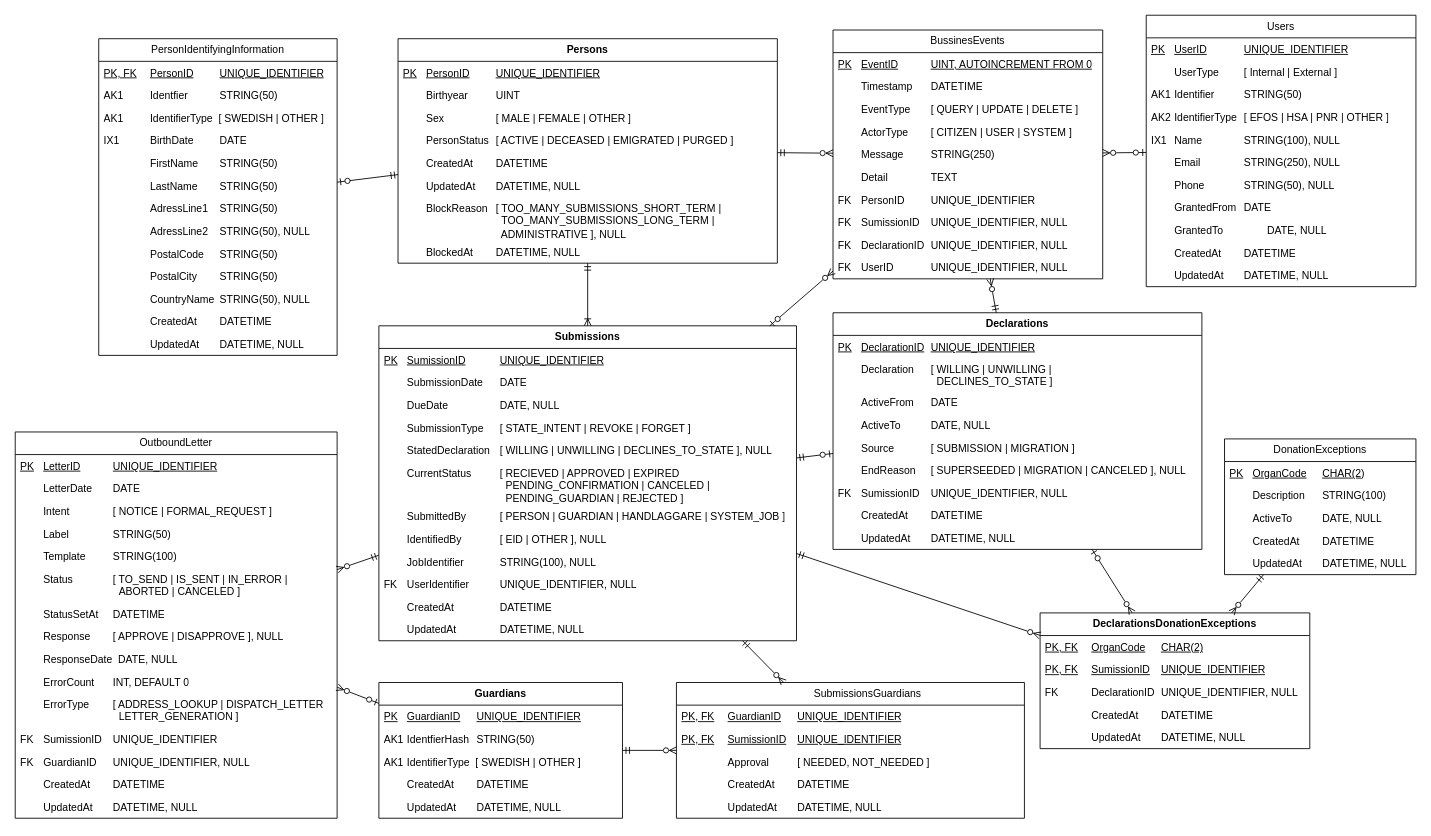
Above: page "Liggande Logisk modell" (9 of 9) of Donationsregister.drawio in bhagqvist-consid/ICD11 (draw.io), before the change. Source tidied: cells renumbered, new cells numbered last; positions are measured from the earlier drawing's top-left corner, leaving out a move shared by most shapes. Both pictures are drawn from the tidied source at 87%, with x=0, y=0 at pixel (15, 15).
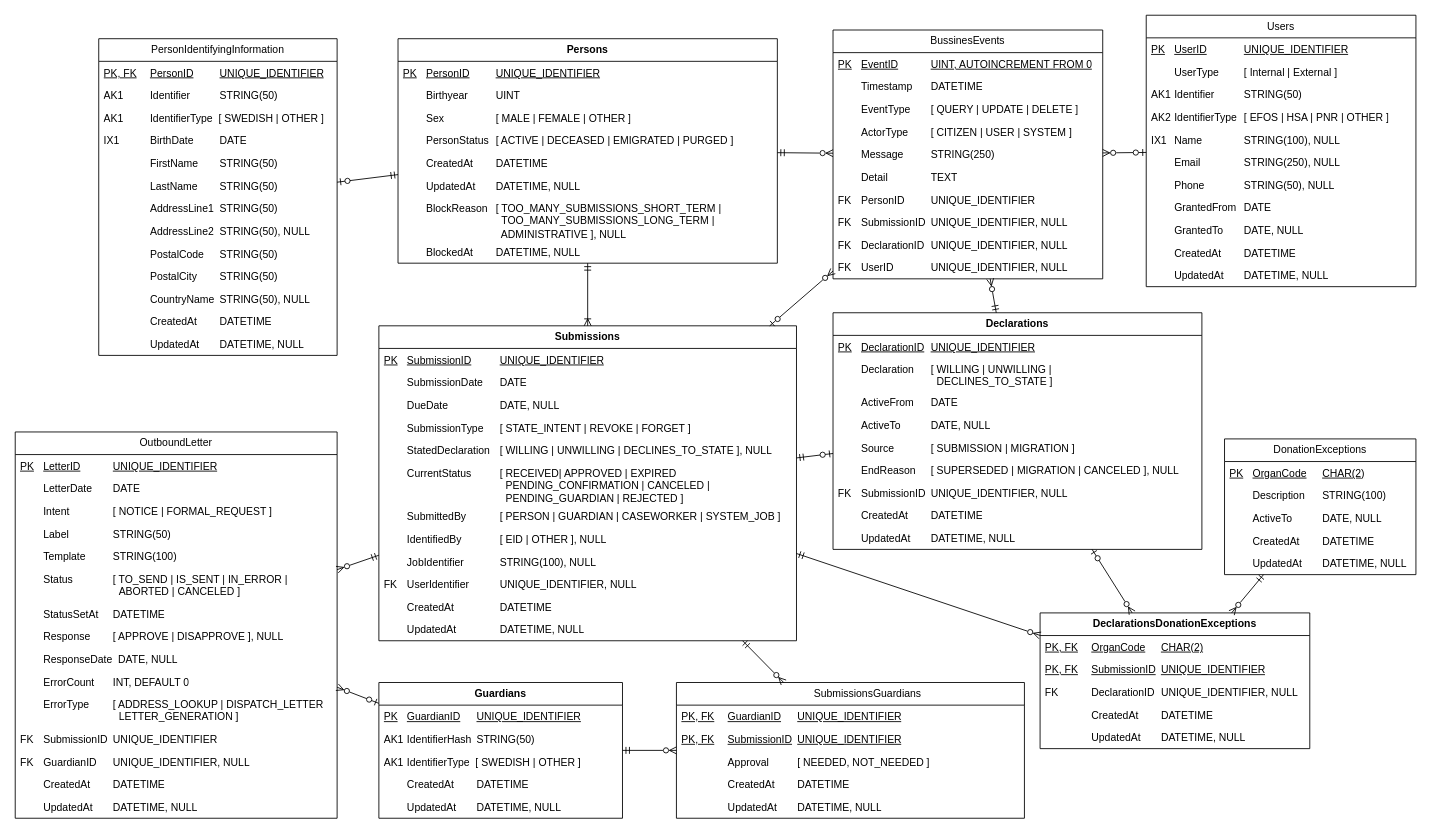
Above is the later version.

The change refers to these unchanged cells:
```xml
<mxCell id="11" value="Submissions" style="swimlane;fontStyle=1;horizontal=1;startSize=26;fillColor=none;whiteSpace=wrap;html=1;" parent="1" vertex="1">
  <mxGeometry x="418" y="357" width="480" height="362" as="geometry" />
</mxCell>
<mxCell id="24" value="Declarations" style="swimlane;fontStyle=1;horizontal=1;startSize=26;fillColor=none;whiteSpace=wrap;html=1;" parent="1" vertex="1">
  <mxGeometry x="940" y="342" width="424" height="272" as="geometry" />
</mxCell>
<mxCell id="34" value="PersonIdentifyingInformation" style="swimlane;fontStyle=0;horizontal=1;startSize=26;fillColor=none;whiteSpace=wrap;html=1;" parent="1" vertex="1">
  <mxGeometry x="96" y="27" width="274" height="364" as="geometry" />
</mxCell>
<mxCell id="48" value="OutboundLetter" style="swimlane;fontStyle=0;horizontal=1;startSize=26;fillColor=none;whiteSpace=wrap;html=1;" parent="1" vertex="1">
  <mxGeometry y="479" width="370" height="444" as="geometry" />
</mxCell>
<mxCell id="64" value="Guardians" style="swimlane;fontStyle=1;horizontal=1;startSize=26;fillColor=none;whiteSpace=wrap;html=1;" parent="1" vertex="1">
  <mxGeometry x="418" y="767" width="280" height="156" as="geometry" />
</mxCell>
<mxCell id="70" value="BussinesEvents" style="swimlane;fontStyle=0;horizontal=1;startSize=26;fillColor=none;whiteSpace=wrap;html=1;" parent="1" vertex="1">
  <mxGeometry x="940" y="17" width="310" height="286" as="geometry" />
</mxCell>
<mxCell id="81" value="Users" style="swimlane;fontStyle=0;horizontal=1;startSize=26;fillColor=none;whiteSpace=wrap;html=1;" parent="1" vertex="1">
  <mxGeometry x="1300" width="310" height="312" as="geometry" />
</mxCell>
<mxCell id="99" value="DeclarationsDonationExceptions" style="swimlane;fontStyle=1;horizontal=1;startSize=26;fillColor=none;whiteSpace=wrap;html=1;" parent="1" vertex="1">
  <mxGeometry x="1178" y="687" width="310" height="156" as="geometry" />
</mxCell>
<mxCell id="105" value="&lt;blockquote style=&quot;margin: 0 0 0 40px; border: none; padding: 0px;&quot;&gt;SubmissionsGuardians&lt;/blockquote&gt;" style="swimlane;fontStyle=0;horizontal=1;startSize=26;fillColor=none;whiteSpace=wrap;html=1;" parent="1" vertex="1">
  <mxGeometry x="760" y="767" width="400" height="156" as="geometry" />
</mxCell>
```

Change to the diagram source:
```diff
@@
-    <mxCell id="12" value="PK&lt;span style=&quot;white-space: pre;&quot;&gt;&#9;&lt;/span&gt;SumissionID&lt;span style=&quot;white-space: pre;&quot;&gt;&#9;&lt;/span&gt;&lt;span style=&quot;white-space: pre;&quot;&gt;&#9;&lt;/span&gt;UNIQUE_IDENTIFIER" style="text;strokeColor=none;fillColor=none;align=left;verticalAlign=top;spacingLeft=4;spacingRight=4;overflow=hidden;whiteSpace=wrap;html=1;fontStyle=4;" parent="11" vertex="1">
+    <mxCell id="12" value="PK&lt;span style=&quot;white-space: pre;&quot;&gt;&#9;&lt;/span&gt;SubmissionID&lt;span style=&quot;white-space: pre;&quot;&gt;&#9;&lt;/span&gt;&lt;span style=&quot;white-space: pre;&quot;&gt;&#9;&lt;/span&gt;UNIQUE_IDENTIFIER" style="text;strokeColor=none;fillColor=none;align=left;verticalAlign=top;spacingLeft=4;spacingRight=4;overflow=hidden;whiteSpace=wrap;html=1;fontStyle=4;" parent="11" vertex="1">
       <mxGeometry y="26" width="480" height="26" as="geometry" />
     </mxCell>
@@
-    <mxCell id="17" value="&lt;span style=&quot;white-space: pre;&quot;&gt;&#9;&lt;/span&gt;CurrentStatus&lt;span style=&quot;white-space: pre;&quot;&gt;&#9;&lt;span style=&quot;white-space: pre;&quot;&gt;&#9;&lt;/span&gt;&lt;/span&gt;[ RECIEVED | APPROVED | EXPIRED&lt;br&gt;&lt;span style=&quot;white-space: pre;&quot;&gt;&lt;span style=&quot;white-space: pre;&quot;&gt;&#9;&lt;/span&gt;&#9;&lt;/span&gt;&lt;span style=&quot;white-space: pre;&quot;&gt;&#9;&lt;/span&gt;&lt;span style=&quot;white-space: pre;&quot;&gt;&#9;&lt;/span&gt;&lt;span style=&quot;white-space: pre;&quot;&gt;&#9;&lt;/span&gt;&amp;nbsp;&amp;nbsp;PENDING_CONFIRMATION | CANCELED |&lt;br&gt;&lt;span style=&quot;white-space: pre;&quot;&gt;&lt;span style=&quot;white-space: pre;&quot;&gt;&#9;&lt;/span&gt;&#9;&lt;/span&gt;&lt;span style=&quot;white-space: pre;&quot;&gt;&#9;&lt;/span&gt;&lt;span style=&quot;white-space: pre;&quot;&gt;&#9;&lt;/span&gt;&lt;span style=&quot;white-space: pre;&quot;&gt;&#9;&lt;/span&gt;&amp;nbsp; PENDING_GUARDIAN | REJECTED ]" style="text;strokeColor=none;fillColor=none;align=left;verticalAlign=top;spacingLeft=4;spacingRight=4;overflow=hidden;whiteSpace=wrap;html=1;" parent="11" vertex="1">
+    <mxCell id="17" value="&lt;span style=&quot;white-space: pre;&quot;&gt;&#9;&lt;/span&gt;CurrentStatus&lt;span style=&quot;white-space: pre;&quot;&gt;&#9;&lt;span style=&quot;white-space: pre;&quot;&gt;&#9;&lt;/span&gt;&lt;/span&gt;[ RECEIVED| APPROVED | EXPIRED&lt;br&gt;&lt;span style=&quot;white-space: pre;&quot;&gt;&lt;span style=&quot;white-space: pre;&quot;&gt;&#9;&lt;/span&gt;&#9;&lt;/span&gt;&lt;span style=&quot;white-space: pre;&quot;&gt;&#9;&lt;/span&gt;&lt;span style=&quot;white-space: pre;&quot;&gt;&#9;&lt;/span&gt;&lt;span style=&quot;white-space: pre;&quot;&gt;&#9;&lt;/span&gt;&amp;nbsp;&amp;nbsp;PENDING_CONFIRMATION | CANCELED |&lt;br&gt;&lt;span style=&quot;white-space: pre;&quot;&gt;&lt;span style=&quot;white-space: pre;&quot;&gt;&#9;&lt;/span&gt;&#9;&lt;/span&gt;&lt;span style=&quot;white-space: pre;&quot;&gt;&#9;&lt;/span&gt;&lt;span style=&quot;white-space: pre;&quot;&gt;&#9;&lt;/span&gt;&lt;span style=&quot;white-space: pre;&quot;&gt;&#9;&lt;/span&gt;&amp;nbsp; PENDING_GUARDIAN | REJECTED ]" style="text;strokeColor=none;fillColor=none;align=left;verticalAlign=top;spacingLeft=4;spacingRight=4;overflow=hidden;whiteSpace=wrap;html=1;" parent="11" vertex="1">
       <mxGeometry y="156" width="480" height="50" as="geometry" />
     </mxCell>
-    <mxCell id="18" value="&lt;span style=&quot;white-space: pre;&quot;&gt;&#9;&lt;/span&gt;SubmittedBy&lt;span style=&quot;white-space: pre;&quot;&gt;&#9;&lt;/span&gt;&lt;span style=&quot;white-space: pre;&quot;&gt;&#9;&lt;/span&gt;[ PERSON | GUARDIAN | HANDLAGGARE | SYSTEM_JOB ]" style="text;strokeColor=none;fillColor=none;align=left;verticalAlign=top;spacingLeft=4;spacingRight=4;overflow=hidden;whiteSpace=wrap;html=1;" parent="11" vertex="1">
+    <mxCell id="18" value="&lt;span style=&quot;white-space: pre;&quot;&gt;&#9;&lt;/span&gt;SubmittedBy&lt;span style=&quot;white-space: pre;&quot;&gt;&#9;&lt;/span&gt;&lt;span style=&quot;white-space: pre;&quot;&gt;&#9;&lt;/span&gt;[ PERSON | GUARDIAN | CASEWORKER | SYSTEM_JOB ]" style="text;strokeColor=none;fillColor=none;align=left;verticalAlign=top;spacingLeft=4;spacingRight=4;overflow=hidden;whiteSpace=wrap;html=1;" parent="11" vertex="1">
       <mxGeometry y="206" width="480" height="26" as="geometry" />
     </mxCell>
@@
-    <mxCell id="30" value="&lt;span style=&quot;white-space: pre;&quot;&gt;&#9;&lt;/span&gt;EndReason&lt;span style=&quot;white-space: pre;&quot;&gt;&#9;&lt;/span&gt;[ SUPERSEEDED | MIGRATION | CANCELED ], NULL" style="text;strokeColor=none;fillColor=none;align=left;verticalAlign=top;spacingLeft=4;spacingRight=4;overflow=hidden;whiteSpace=wrap;html=1;" parent="24" vertex="1">
+    <mxCell id="30" value="&lt;span style=&quot;white-space: pre;&quot;&gt;&#9;&lt;/span&gt;EndReason&lt;span style=&quot;white-space: pre;&quot;&gt;&#9;&lt;/span&gt;[ SUPERSEDED | MIGRATION | CANCELED ], NULL" style="text;strokeColor=none;fillColor=none;align=left;verticalAlign=top;spacingLeft=4;spacingRight=4;overflow=hidden;whiteSpace=wrap;html=1;" parent="24" vertex="1">
       <mxGeometry y="168" width="424" height="26" as="geometry" />
     </mxCell>
-    <mxCell id="31" value="FK&lt;span style=&quot;white-space: pre;&quot;&gt;&#9;&lt;/span&gt;SumissionID&lt;span style=&quot;white-space: pre;&quot;&gt;&#9;&lt;/span&gt;UNIQUE_IDENTIFIER, NULL" style="text;strokeColor=none;fillColor=none;align=left;verticalAlign=top;spacingLeft=4;spacingRight=4;overflow=hidden;whiteSpace=wrap;html=1;fontStyle=0;" parent="24" vertex="1">
+    <mxCell id="31" value="FK&lt;span style=&quot;white-space: pre;&quot;&gt;&#9;&lt;/span&gt;SubmissionID&lt;span style=&quot;white-space: pre;&quot;&gt;&#9;&lt;/span&gt;UNIQUE_IDENTIFIER, NULL" style="text;strokeColor=none;fillColor=none;align=left;verticalAlign=top;spacingLeft=4;spacingRight=4;overflow=hidden;whiteSpace=wrap;html=1;fontStyle=0;" parent="24" vertex="1">
       <mxGeometry y="194" width="424" height="26" as="geometry" />
     </mxCell>
@@
-    <mxCell id="36" value="AK1&lt;span style=&quot;white-space: pre;&quot;&gt;&#9;&lt;span style=&quot;white-space: pre;&quot;&gt;&#9;&lt;/span&gt;&lt;/span&gt;Identfier&lt;span style=&quot;white-space: pre;&quot;&gt;&#9;&lt;/span&gt;&lt;span style=&quot;white-space: pre;&quot;&gt;&#9;&lt;/span&gt;STRING(50)" style="text;strokeColor=none;fillColor=none;align=left;verticalAlign=top;spacingLeft=4;spacingRight=4;overflow=hidden;whiteSpace=wrap;html=1;" parent="34" vertex="1">
+    <mxCell id="36" value="AK1&lt;span style=&quot;white-space: pre;&quot;&gt;&#9;&lt;span style=&quot;white-space: pre;&quot;&gt;&#9;&lt;/span&gt;&lt;/span&gt;Identifier&lt;span style=&quot;white-space: pre;&quot;&gt;&#9;&lt;/span&gt;&lt;span style=&quot;white-space: pre;&quot;&gt;&#9;&lt;/span&gt;STRING(50)" style="text;strokeColor=none;fillColor=none;align=left;verticalAlign=top;spacingLeft=4;spacingRight=4;overflow=hidden;whiteSpace=wrap;html=1;" parent="34" vertex="1">
       <mxGeometry y="52" width="274" height="26" as="geometry" />
     </mxCell>
@@
-    <mxCell id="41" value="&lt;span style=&quot;white-space: pre;&quot;&gt;&lt;span style=&quot;white-space: pre;&quot;&gt;&#9;&lt;/span&gt;&#9;&lt;/span&gt;AdressLine1&lt;span style=&quot;white-space: pre;&quot;&gt;&#9;&lt;/span&gt;STRING(50)" style="text;strokeColor=none;fillColor=none;align=left;verticalAlign=top;spacingLeft=4;spacingRight=4;overflow=hidden;whiteSpace=wrap;html=1;" parent="34" vertex="1">
+    <mxCell id="41" value="&lt;span style=&quot;white-space: pre;&quot;&gt;&lt;span style=&quot;white-space: pre;&quot;&gt;&#9;&lt;/span&gt;&#9;&lt;/span&gt;AddressLine1&lt;span style=&quot;white-space: pre;&quot;&gt;&#9;&lt;/span&gt;STRING(50)" style="text;strokeColor=none;fillColor=none;align=left;verticalAlign=top;spacingLeft=4;spacingRight=4;overflow=hidden;whiteSpace=wrap;html=1;" parent="34" vertex="1">
       <mxGeometry y="182" width="274" height="26" as="geometry" />
     </mxCell>
-    <mxCell id="42" value="&lt;span style=&quot;white-space: pre;&quot;&gt;&lt;span style=&quot;white-space: pre;&quot;&gt;&#9;&lt;/span&gt;&#9;&lt;/span&gt;AdressLine2&lt;span style=&quot;white-space: pre;&quot;&gt;&#9;&lt;/span&gt;STRING(50), NULL" style="text;strokeColor=none;fillColor=none;align=left;verticalAlign=top;spacingLeft=4;spacingRight=4;overflow=hidden;whiteSpace=wrap;html=1;" parent="34" vertex="1">
+    <mxCell id="42" value="&lt;span style=&quot;white-space: pre;&quot;&gt;&lt;span style=&quot;white-space: pre;&quot;&gt;&#9;&lt;/span&gt;&#9;&lt;/span&gt;AddressLine2&lt;span style=&quot;white-space: pre;&quot;&gt;&#9;&lt;/span&gt;STRING(50), NULL" style="text;strokeColor=none;fillColor=none;align=left;verticalAlign=top;spacingLeft=4;spacingRight=4;overflow=hidden;whiteSpace=wrap;html=1;" parent="34" vertex="1">
       <mxGeometry y="208" width="274" height="26" as="geometry" />
     </mxCell>
@@
-    <mxCell id="60" value="FK&lt;span style=&quot;white-space: pre;&quot;&gt;&#9;&lt;/span&gt;SumissionID&lt;span style=&quot;white-space: pre;&quot;&gt;&#9;&lt;/span&gt;UNIQUE_IDENTIFIER" style="text;strokeColor=none;fillColor=none;align=left;verticalAlign=top;spacingLeft=4;spacingRight=4;overflow=hidden;whiteSpace=wrap;html=1;fontStyle=0;" parent="48" vertex="1">
+    <mxCell id="60" value="FK&lt;span style=&quot;white-space: pre;&quot;&gt;&#9;&lt;/span&gt;SubmissionID&lt;span style=&quot;white-space: pre;&quot;&gt;&#9;&lt;/span&gt;UNIQUE_IDENTIFIER" style="text;strokeColor=none;fillColor=none;align=left;verticalAlign=top;spacingLeft=4;spacingRight=4;overflow=hidden;whiteSpace=wrap;html=1;fontStyle=0;" parent="48" vertex="1">
       <mxGeometry y="340" width="370" height="26" as="geometry" />
     </mxCell>
@@
-    <mxCell id="66" value="AK1&lt;span style=&quot;white-space: pre;&quot;&gt;&#9;&lt;/span&gt;IdentfierHash&lt;span style=&quot;white-space: pre;&quot;&gt;&#9;&lt;/span&gt;STRING(50)" style="text;strokeColor=none;fillColor=none;align=left;verticalAlign=top;spacingLeft=4;spacingRight=4;overflow=hidden;whiteSpace=wrap;html=1;" parent="64" vertex="1">
+    <mxCell id="66" value="AK1&lt;span style=&quot;white-space: pre;&quot;&gt;&#9;&lt;/span&gt;IdentifierHash&lt;span style=&quot;white-space: pre;&quot;&gt;&#9;&lt;/span&gt;STRING(50)" style="text;strokeColor=none;fillColor=none;align=left;verticalAlign=top;spacingLeft=4;spacingRight=4;overflow=hidden;whiteSpace=wrap;html=1;" parent="64" vertex="1">
       <mxGeometry y="52" width="280" height="26" as="geometry" />
     </mxCell>
@@
-    <mxCell id="78" value="FK&lt;span style=&quot;white-space: pre;&quot;&gt;&#9;&lt;/span&gt;SumissionID&lt;span style=&quot;white-space: pre;&quot;&gt;&#9;&lt;/span&gt;UNIQUE_IDENTIFIER, NULL" style="text;strokeColor=none;fillColor=none;align=left;verticalAlign=top;spacingLeft=4;spacingRight=4;overflow=hidden;whiteSpace=wrap;html=1;fontStyle=0;" parent="70" vertex="1">
+    <mxCell id="78" value="FK&lt;span style=&quot;white-space: pre;&quot;&gt;&#9;&lt;/span&gt;SubmissionID&lt;span style=&quot;white-space: pre;&quot;&gt;&#9;&lt;/span&gt;UNIQUE_IDENTIFIER, NULL" style="text;strokeColor=none;fillColor=none;align=left;verticalAlign=top;spacingLeft=4;spacingRight=4;overflow=hidden;whiteSpace=wrap;html=1;fontStyle=0;" parent="70" vertex="1">
       <mxGeometry y="208" width="310" height="26" as="geometry" />
     </mxCell>
@@
-    <mxCell id="90" value="&lt;span style=&quot;white-space: pre;&quot;&gt;&#9;&lt;/span&gt;GrantedTo&lt;span style=&quot;white-space: pre;&quot;&gt;&#9;&lt;/span&gt;&lt;span style=&quot;white-space: pre;&quot;&gt;&#9;&lt;/span&gt;DATE, NULL" style="text;strokeColor=none;fillColor=none;align=left;verticalAlign=top;spacingLeft=4;spacingRight=4;overflow=hidden;whiteSpace=wrap;html=1;" parent="81" vertex="1">
+    <mxCell id="90" value="&lt;span style=&quot;white-space: pre;&quot;&gt;&#9;&lt;/span&gt;GrantedTo&lt;span style=&quot;white-space: pre;&quot;&gt;&#9;&lt;/span&gt;DATE, NULL" style="text;strokeColor=none;fillColor=none;align=left;verticalAlign=top;spacingLeft=4;spacingRight=4;overflow=hidden;whiteSpace=wrap;html=1;" parent="81" vertex="1">
       <mxGeometry y="234" width="310" height="26" as="geometry" />
     </mxCell>
@@
-    <mxCell id="101" value="PK, FK&lt;span style=&quot;white-space: pre;&quot;&gt;&lt;span style=&quot;white-space: pre;&quot;&gt;&#9;&lt;/span&gt;&lt;/span&gt;SumissionID&lt;span style=&quot;white-space: pre;&quot;&gt;&#9;&lt;/span&gt;UNIQUE_IDENTIFIER" style="text;strokeColor=none;fillColor=none;align=left;verticalAlign=top;spacingLeft=4;spacingRight=4;overflow=hidden;whiteSpace=wrap;html=1;fontStyle=4;" parent="99" vertex="1">
+    <mxCell id="101" value="PK, FK&lt;span style=&quot;white-space: pre;&quot;&gt;&lt;span style=&quot;white-space: pre;&quot;&gt;&#9;&lt;/span&gt;&lt;/span&gt;SubmissionID&lt;span style=&quot;white-space: pre;&quot;&gt;&#9;&lt;/span&gt;UNIQUE_IDENTIFIER" style="text;strokeColor=none;fillColor=none;align=left;verticalAlign=top;spacingLeft=4;spacingRight=4;overflow=hidden;whiteSpace=wrap;html=1;fontStyle=4;" parent="99" vertex="1">
       <mxGeometry y="52" width="310" height="26" as="geometry" />
     </mxCell>
@@
-    <mxCell id="107" value="PK, FK&lt;span style=&quot;white-space: pre;&quot;&gt;&#9;&lt;/span&gt;SumissionID&lt;span style=&quot;white-space: pre;&quot;&gt;&#9;&lt;/span&gt;UNIQUE_IDENTIFIER" style="text;strokeColor=none;fillColor=none;align=left;verticalAlign=top;spacingLeft=4;spacingRight=4;overflow=hidden;whiteSpace=wrap;html=1;fontStyle=4;" parent="105" vertex="1">
+    <mxCell id="107" value="PK, FK&lt;span style=&quot;white-space: pre;&quot;&gt;&#9;&lt;/span&gt;SubmissionID&lt;span style=&quot;white-space: pre;&quot;&gt;&#9;&lt;/span&gt;UNIQUE_IDENTIFIER" style="text;strokeColor=none;fillColor=none;align=left;verticalAlign=top;spacingLeft=4;spacingRight=4;overflow=hidden;whiteSpace=wrap;html=1;fontStyle=4;" parent="105" vertex="1">
       <mxGeometry y="52" width="400" height="26" as="geometry" />
     </mxCell>
```
